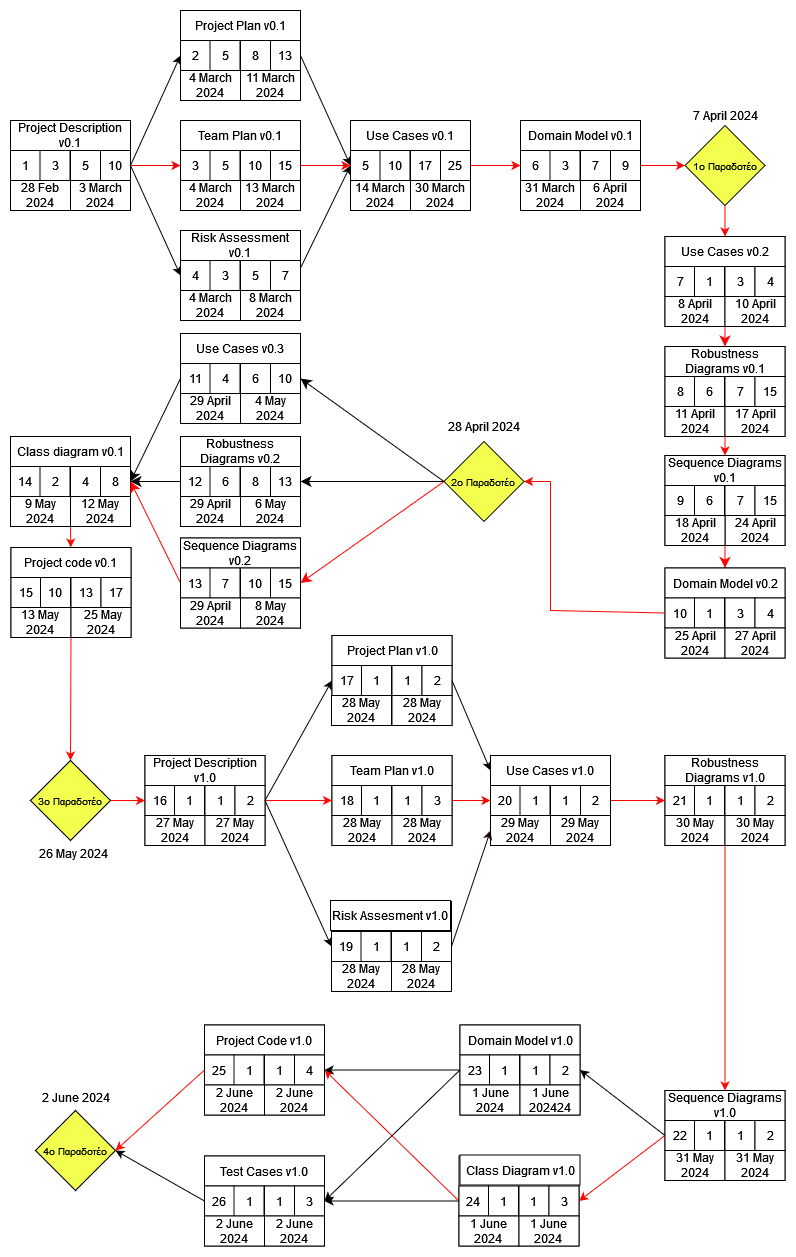
Before: NOTES/pert/Team Plan Pert.png, a diagram exported from draw.io (Nektar24/software-engineering). Source tidied: cells renumbered, new cells last; positions are measured from the earlier drawing's top-left corner, leaving out a move shared by most shapes.
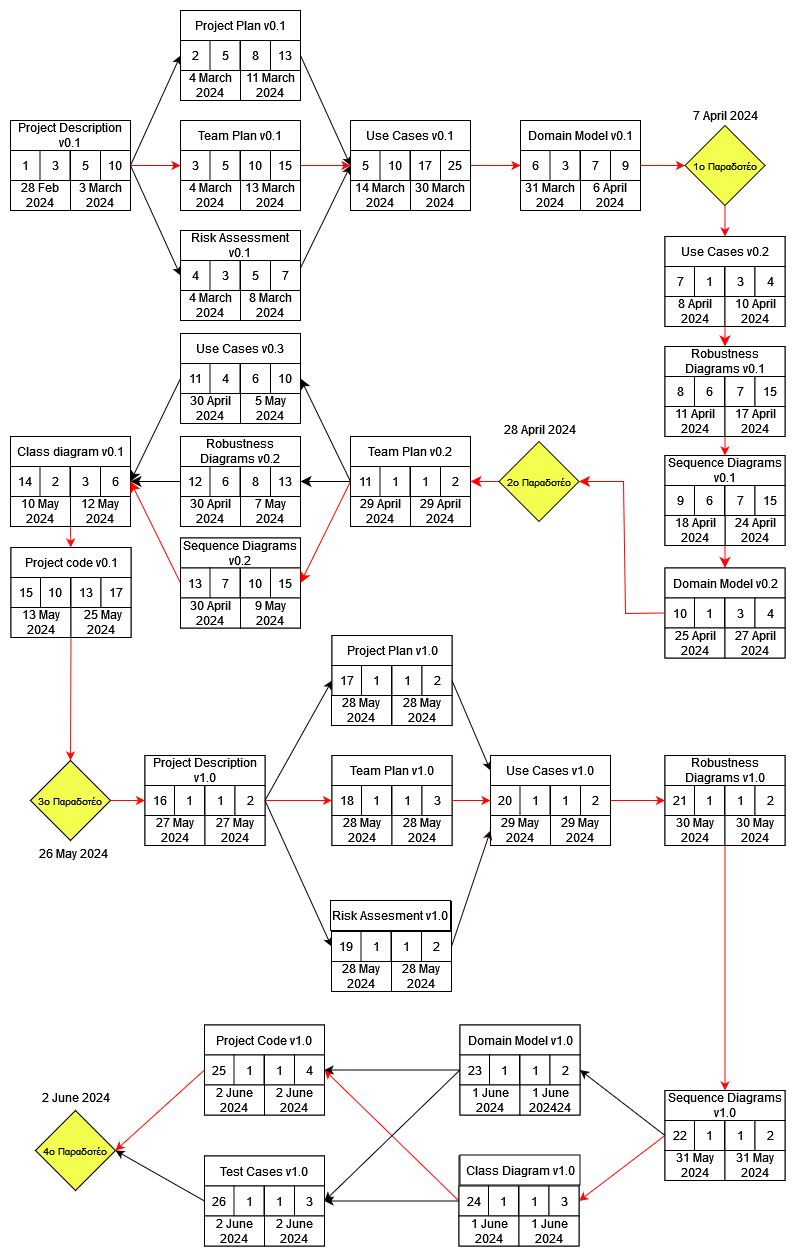
After the change.

Commit message:
Team Plan Pert Diagram corrections

Diff of the diagram source:
```diff
@@ -251,20 +251,14 @@
     <mxCell id="84" style="rounded=0;whiteSpace=wrap;html=1;" parent="1" vertex="1">
       <mxGeometry x="341.5" y="765" width="60" height="30" as="geometry" />
     </mxCell>
-    <mxCell id="85" style="edgeStyle=none;curved=1;rounded=0;jettySize=auto;html=1;exitX=0;exitY=0.5;exitDx=0;exitDy=0;entryX=1;entryY=0.5;entryDx=0;entryDy=0;fontSize=12;startSize=8;endSize=8;" parent="1" edge="1" source="88" target="228">
-      <mxGeometry relative="1" as="geometry" />
-    </mxCell>
-    <mxCell id="86" style="edgeStyle=none;curved=1;rounded=0;jettySize=auto;html=1;exitX=0;exitY=0.5;exitDx=0;exitDy=0;entryX=1;entryY=0.5;entryDx=0;entryDy=0;fontSize=12;startSize=8;endSize=8;" parent="1" edge="1" source="88" target="237">
-      <mxGeometry relative="1" as="geometry" />
-    </mxCell>
-    <mxCell id="87" style="edgeStyle=none;curved=1;rounded=0;jettySize=auto;html=1;exitX=0;exitY=0.5;exitDx=0;exitDy=0;entryX=1;entryY=0.5;entryDx=0;entryDy=0;fontSize=12;startSize=8;endSize=8;strokeColor=#FF0000;" parent="1" edge="1" source="88" target="246">
-      <mxGeometry relative="1" as="geometry" />
-    </mxCell>
+    <mxCell id="258" style="edgeStyle=none;curved=1;rounded=0;jettySize=auto;html=1;exitX=0;exitY=0.5;exitDx=0;exitDy=0;entryX=1;entryY=0.5;entryDx=0;entryDy=0;fontSize=12;startSize=8;endSize=8;strokeColor=#FF0000;" parent="1" edge="1" source="88" target="267">
+      <mxGeometry relative="1" as="geometry" />
+    </mxCell>
     <mxCell id="88" value="&lt;font style=&quot;font-size: 10px;&quot;&gt;2o Παραδοτέο&lt;/font&gt;" style="rhombus;whiteSpace=wrap;html=1;fillColor=#F3FF4F;" parent="1" vertex="1">
-      <mxGeometry x="433.5" y="431" width="80" height="80" as="geometry" />
+      <mxGeometry x="488.5" y="431" width="80" height="80" as="geometry" />
     </mxCell>
     <mxCell id="89" value="28 Αpril 2024" style="text;html=1;align=center;verticalAlign=middle;strokeColor=none;fillColor=none;" parent="1" vertex="1">
-      <mxGeometry x="428.5" y="401" width="90" height="30" as="geometry" />
+      <mxGeometry x="483.5" y="404" width="90" height="30" as="geometry" />
     </mxCell>
     <mxCell id="90" value="18 April 2024" style="rounded=0;whiteSpace=wrap;html=1;" parent="1" vertex="1">
       <mxGeometry x="654.5" y="505" width="60" height="30" as="geometry" />
@@ -284,13 +278,13 @@
     <mxCell id="95" value="2" style="whiteSpace=wrap;html=1;" parent="1" vertex="1">
       <mxGeometry x="29.5" y="456" width="30" height="30" as="geometry" />
     </mxCell>
-    <mxCell id="96" value="4" style="whiteSpace=wrap;html=1;" parent="1" vertex="1">
+    <mxCell id="96" value="3" style="whiteSpace=wrap;html=1;" parent="1" vertex="1">
       <mxGeometry x="60" y="456" width="30" height="30" as="geometry" />
     </mxCell>
-    <mxCell id="97" value="8" style="whiteSpace=wrap;html=1;" parent="1" vertex="1">
+    <mxCell id="97" value="6" style="whiteSpace=wrap;html=1;" parent="1" vertex="1">
       <mxGeometry x="90" y="456" width="30" height="30" as="geometry" />
     </mxCell>
-    <mxCell id="98" value="9 May 2024" style="rounded=0;whiteSpace=wrap;html=1;" parent="1" vertex="1">
+    <mxCell id="98" value="10 May 2024" style="rounded=0;whiteSpace=wrap;html=1;" parent="1" vertex="1">
       <mxGeometry y="486" width="60" height="30" as="geometry" />
     </mxCell>
     <mxCell id="99" value="12 May 2024" style="rounded=0;whiteSpace=wrap;html=1;" parent="1" vertex="1">
@@ -659,14 +653,6 @@
     <mxCell id="220" style="endArrow=classic;html=1;rounded=0;exitX=0;exitY=0.5;exitDx=0;exitDy=0;entryX=1;entryY=0.5;entryDx=0;entryDy=0;" parent="1" edge="1" source="161" target="188">
       <mxGeometry relative="1" as="geometry" />
     </mxCell>
-    <mxCell id="221" style="endArrow=classic;html=1;rounded=0;entryX=1;entryY=0.5;entryDx=0;entryDy=0;strokeColor=#F70800;exitX=0;exitY=0.5;exitDx=0;exitDy=0;" parent="1" edge="1" source="78" target="88">
-      <mxGeometry relative="1" as="geometry">
-        <Array as="points">
-          <mxPoint x="540" y="600" />
-          <mxPoint x="540" y="471" />
-        </Array>
-      </mxGeometry>
-    </mxCell>
     <mxCell id="222" style="rounded=0;whiteSpace=wrap;html=1;" parent="1" vertex="1">
       <mxGeometry x="170" y="323" width="120" height="90" as="geometry" />
     </mxCell>
@@ -688,10 +674,10 @@
     <mxCell id="228" value="10" style="whiteSpace=wrap;html=1;" parent="1" vertex="1">
       <mxGeometry x="260" y="353" width="30" height="30" as="geometry" />
     </mxCell>
-    <mxCell id="229" value="29 April 2024" style="rounded=0;whiteSpace=wrap;html=1;" parent="1" vertex="1">
+    <mxCell id="229" value="30 April 2024" style="rounded=0;whiteSpace=wrap;html=1;" parent="1" vertex="1">
       <mxGeometry x="170" y="383" width="60" height="30" as="geometry" />
     </mxCell>
-    <mxCell id="230" value="4 May 2024" style="rounded=0;whiteSpace=wrap;html=1;" parent="1" vertex="1">
+    <mxCell id="230" value="5 May 2024" style="rounded=0;whiteSpace=wrap;html=1;" parent="1" vertex="1">
       <mxGeometry x="230" y="383" width="60" height="30" as="geometry" />
     </mxCell>
     <mxCell id="231" style="rounded=0;whiteSpace=wrap;html=1;" parent="1" vertex="1">
@@ -715,10 +701,10 @@
     <mxCell id="237" value="13" style="whiteSpace=wrap;html=1;" parent="1" vertex="1">
       <mxGeometry x="260" y="456" width="30" height="30" as="geometry" />
     </mxCell>
-    <mxCell id="238" value="29 April 2024" style="rounded=0;whiteSpace=wrap;html=1;" parent="1" vertex="1">
+    <mxCell id="238" value="30 April 2024" style="rounded=0;whiteSpace=wrap;html=1;" parent="1" vertex="1">
       <mxGeometry x="170" y="486" width="60" height="30" as="geometry" />
     </mxCell>
-    <mxCell id="239" value="6 May 2024" style="rounded=0;whiteSpace=wrap;html=1;" parent="1" vertex="1">
+    <mxCell id="239" value="7 May 2024" style="rounded=0;whiteSpace=wrap;html=1;" parent="1" vertex="1">
       <mxGeometry x="230" y="486" width="60" height="30" as="geometry" />
     </mxCell>
     <mxCell id="240" value="&#10;&lt;span style=&quot;color: rgb(0, 0, 0); font-family: Helvetica; font-size: 12px; font-style: normal; font-variant-ligatures: normal; font-variant-caps: normal; font-weight: 400; letter-spacing: normal; orphans: 2; text-align: center; text-indent: 0px; text-transform: none; widows: 2; word-spacing: 0px; -webkit-text-stroke-width: 0px; background-color: rgb(251, 251, 251); text-decoration-thickness: initial; text-decoration-style: initial; text-decoration-color: initial; float: none; display: inline !important;&quot;&gt;6 April 2024&lt;/span&gt;&#10;&#10;" style="rounded=0;whiteSpace=wrap;html=1;" parent="1" vertex="1">
@@ -742,10 +728,10 @@
     <mxCell id="246" value="15" style="whiteSpace=wrap;html=1;" parent="1" vertex="1">
       <mxGeometry x="260" y="557.5" width="30" height="30" as="geometry" />
     </mxCell>
-    <mxCell id="247" value="8 May 2024" style="rounded=0;whiteSpace=wrap;html=1;" parent="1" vertex="1">
+    <mxCell id="247" value="9 May 2024" style="rounded=0;whiteSpace=wrap;html=1;" parent="1" vertex="1">
       <mxGeometry x="230" y="587.5" width="60" height="30" as="geometry" />
     </mxCell>
-    <mxCell id="248" value="29 April 2024" style="rounded=0;whiteSpace=wrap;html=1;" parent="1" vertex="1">
+    <mxCell id="248" value="30 April 2024" style="rounded=0;whiteSpace=wrap;html=1;" parent="1" vertex="1">
       <mxGeometry x="170" y="587.5" width="60" height="30" as="geometry" />
     </mxCell>
     <mxCell id="249" style="rounded=0;whiteSpace=wrap;html=1;" parent="1" vertex="1">
@@ -775,5 +761,46 @@
     <mxCell id="257" value="10 April 2024" style="rounded=0;whiteSpace=wrap;html=1;" parent="1" vertex="1">
       <mxGeometry x="714.5" y="286" width="60" height="30" as="geometry" />
     </mxCell>
+    <mxCell id="259" style="rounded=0;whiteSpace=wrap;html=1;" parent="1" vertex="1">
+      <mxGeometry x="340" y="426" width="120" height="90" as="geometry" />
+    </mxCell>
+    <mxCell id="260" value="Team Plan v0.2" style="rounded=0;whiteSpace=wrap;html=1;" parent="1" vertex="1">
+      <mxGeometry x="340" y="426" width="120" height="30" as="geometry" />
+    </mxCell>
+    <mxCell id="261" style="edgeStyle=none;curved=1;rounded=0;jettySize=auto;html=1;exitX=0;exitY=0.5;exitDx=0;exitDy=0;entryX=1;entryY=0.5;entryDx=0;entryDy=0;fontSize=12;startSize=8;endSize=8;" parent="1" edge="1" source="264" target="228">
+      <mxGeometry relative="1" as="geometry" />
+    </mxCell>
+    <mxCell id="262" style="edgeStyle=none;curved=1;rounded=0;jettySize=auto;html=1;exitX=0;exitY=0.5;exitDx=0;exitDy=0;entryX=1;entryY=0.5;entryDx=0;entryDy=0;fontSize=12;startSize=8;endSize=8;" parent="1" edge="1" source="264" target="237">
+      <mxGeometry relative="1" as="geometry" />
+    </mxCell>
+    <mxCell id="263" style="edgeStyle=none;curved=1;rounded=0;jettySize=auto;html=1;exitX=0;exitY=0.5;exitDx=0;exitDy=0;entryX=1;entryY=0.5;entryDx=0;entryDy=0;fontSize=12;startSize=8;endSize=8;strokeColor=#FF0000;" parent="1" edge="1" source="264" target="246">
+      <mxGeometry relative="1" as="geometry" />
+    </mxCell>
+    <mxCell id="264" value="11" style="rounded=0;whiteSpace=wrap;html=1;" parent="1" vertex="1">
+      <mxGeometry x="340" y="456" width="30" height="30" as="geometry" />
+    </mxCell>
+    <mxCell id="265" value="1" style="whiteSpace=wrap;html=1;" parent="1" vertex="1">
+      <mxGeometry x="369.5" y="456" width="30" height="30" as="geometry" />
+    </mxCell>
+    <mxCell id="266" value="1" style="whiteSpace=wrap;html=1;" parent="1" vertex="1">
+      <mxGeometry x="400" y="456" width="30" height="30" as="geometry" />
+    </mxCell>
+    <mxCell id="267" value="2" style="whiteSpace=wrap;html=1;" parent="1" vertex="1">
+      <mxGeometry x="430" y="456" width="30" height="30" as="geometry" />
+    </mxCell>
+    <mxCell id="268" value="29 April 2024" style="rounded=0;whiteSpace=wrap;html=1;" parent="1" vertex="1">
+      <mxGeometry x="340" y="486" width="60" height="30" as="geometry" />
+    </mxCell>
+    <mxCell id="269" value="29 April 2024" style="rounded=0;whiteSpace=wrap;html=1;" parent="1" vertex="1">
+      <mxGeometry x="400" y="486" width="60" height="30" as="geometry" />
+    </mxCell>
+    <mxCell id="221" style="endArrow=classic;html=1;rounded=0;fontSize=12;startSize=8;endSize=8;curved=0;entryX=1;entryY=0.5;entryDx=0;entryDy=0;exitX=0;exitY=0.5;exitDx=0;exitDy=0;strokeColor=#FF0000;" parent="1" edge="1" source="78" target="88">
+      <mxGeometry relative="1" as="geometry">
+        <Array as="points">
+          <mxPoint x="615" y="603" />
+          <mxPoint x="613" y="471" />
+        </Array>
+      </mxGeometry>
+    </mxCell>
   </root>
 </mxGraphModel>
```
